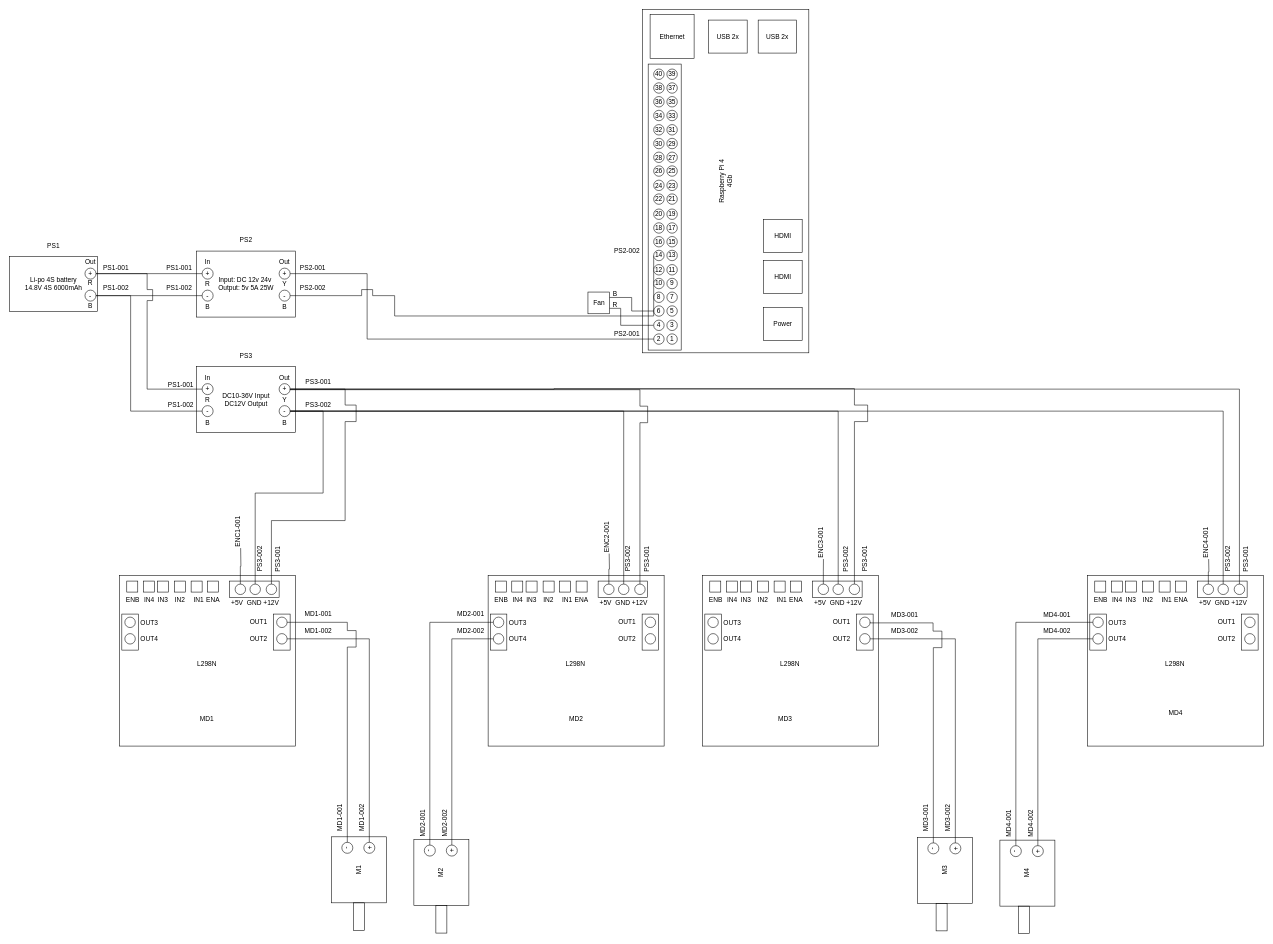
mukmalone/hello_robot keeps this draw.io diagram as page "Power distribution" (1 of 3) of hello_robot_description/hello_robot_design_diagrams.drawio. Above is the earlier version. Source tidied: cells renumbered, new cells numbered last; positions are measured from the earlier drawing's top-left corner, leaving out a move shared by most shapes. Both pictures are drawn from the tidied source at 55%, with x=0, y=0 at pixel (9, 14).
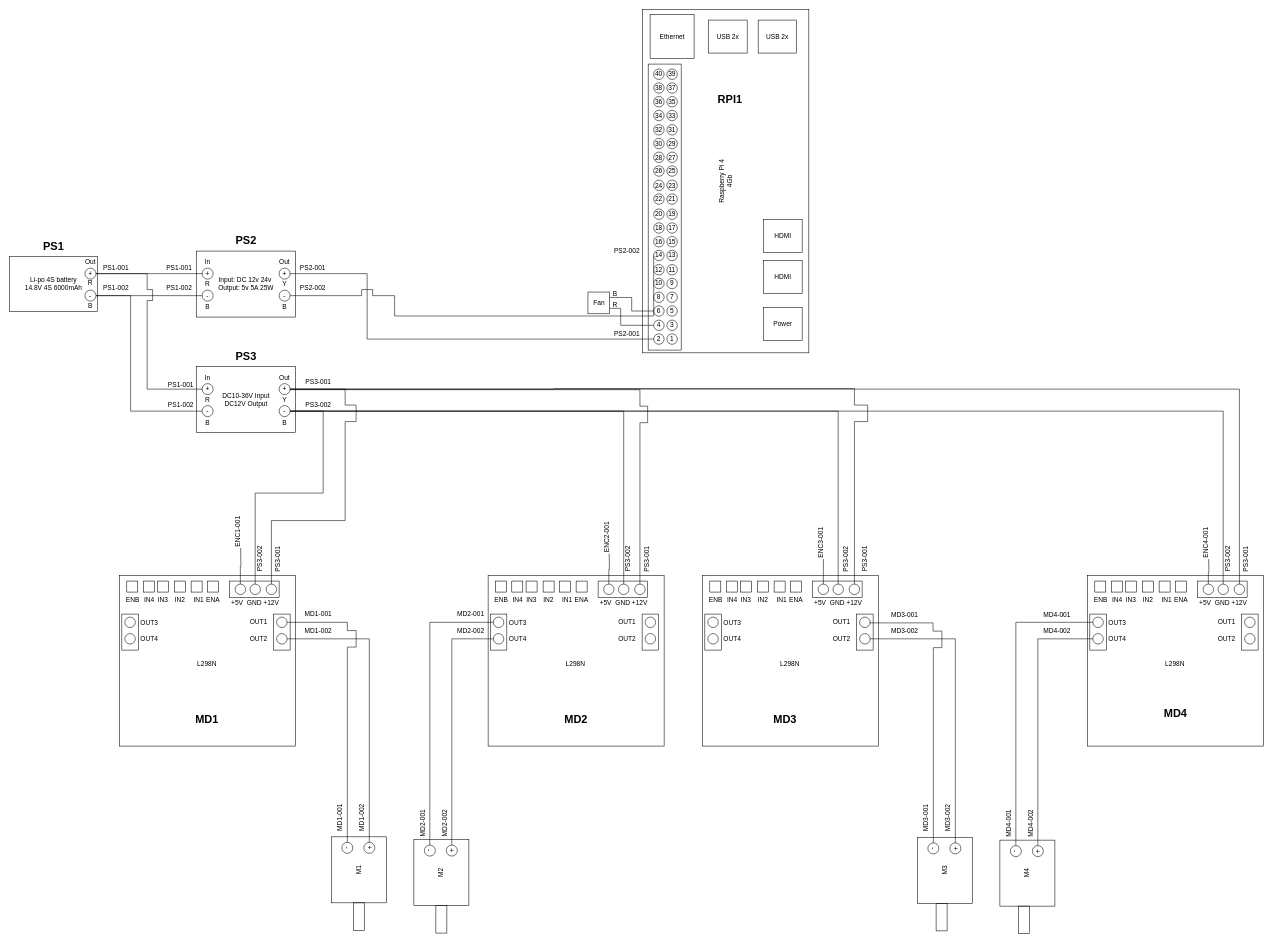
Above is the later version.

Unchanged cells that the change refers to:
```xml
<mxCell id="105" style="group;" parent="1" vertex="1">
  <mxGeometry x="200" y="980" width="320" height="350" as="geometry" />
</mxCell>
<mxCell id="138" style="group;" parent="1" vertex="1">
  <mxGeometry x="870" y="980" width="320" height="350" as="geometry" />
</mxCell>
<mxCell id="171" style="group;" parent="1" vertex="1">
  <mxGeometry x="1260" y="980" width="320" height="350" as="geometry" />
</mxCell>
<mxCell id="204" style="group;" parent="1" vertex="1">
  <mxGeometry x="1960" y="980" width="320" height="350" as="geometry" />
</mxCell>
```

The edit, as a diff of the source:
```diff
@@
-    <mxCell id="23" value="PS1" style="text;html=1;strokeColor=none;fillColor=none;align=center;verticalAlign=middle;whiteSpace=wrap;rounded=0;" parent="1" vertex="1">
+    <mxCell id="23" value="PS1" style="text;html=1;strokeColor=none;fillColor=none;align=center;verticalAlign=middle;whiteSpace=wrap;rounded=0;fontSize=20;fontStyle=1;" parent="1" vertex="1">
       <mxGeometry x="60" y="410" width="40" height="20" as="geometry" />
     </mxCell>
-    <mxCell id="24" value="PS2" style="text;html=1;strokeColor=none;fillColor=none;align=center;verticalAlign=middle;whiteSpace=wrap;rounded=0;" parent="1" vertex="1">
+    <mxCell id="24" value="PS2" style="text;html=1;strokeColor=none;fillColor=none;align=center;verticalAlign=middle;whiteSpace=wrap;rounded=0;fontSize=20;fontStyle=1;" parent="1" vertex="1">
       <mxGeometry x="410" y="400" width="40" height="20" as="geometry" />
     </mxCell>
@@
-    <mxCell id="39" value="PS3" style="text;html=1;strokeColor=none;fillColor=none;align=center;verticalAlign=middle;whiteSpace=wrap;rounded=0;" parent="1" vertex="1">
+    <mxCell id="39" value="PS3" style="text;html=1;strokeColor=none;fillColor=none;align=center;verticalAlign=middle;whiteSpace=wrap;rounded=0;fontSize=20;fontStyle=1;" parent="1" vertex="1">
       <mxGeometry x="410" y="610" width="40" height="20" as="geometry" />
     </mxCell>
@@
-    <mxCell id="107" value="MD1" style="text;html=1;strokeColor=none;fillColor=none;align=center;verticalAlign=middle;whiteSpace=wrap;rounded=0;" parent="105" vertex="1">
+    <mxCell id="107" value="MD1" style="text;html=1;strokeColor=none;fillColor=none;align=center;verticalAlign=middle;whiteSpace=wrap;rounded=0;fontSize=20;fontStyle=1;" parent="105" vertex="1">
       <mxGeometry x="139" y="290" width="40" height="20" as="geometry" />
     </mxCell>
@@
-    <mxCell id="140" value="MD2" style="text;html=1;strokeColor=none;fillColor=none;align=center;verticalAlign=middle;whiteSpace=wrap;rounded=0;" parent="138" vertex="1">
+    <mxCell id="140" value="MD2" style="text;html=1;strokeColor=none;fillColor=none;align=center;verticalAlign=middle;whiteSpace=wrap;rounded=0;fontSize=20;fontStyle=1;" parent="138" vertex="1">
       <mxGeometry x="140" y="290" width="40" height="20" as="geometry" />
     </mxCell>
@@
-    <mxCell id="173" value="MD3" style="text;html=1;strokeColor=none;fillColor=none;align=center;verticalAlign=middle;whiteSpace=wrap;rounded=0;" parent="171" vertex="1">
+    <mxCell id="173" value="MD3" style="text;html=1;strokeColor=none;fillColor=none;align=center;verticalAlign=middle;whiteSpace=wrap;rounded=0;fontSize=20;fontStyle=1;" parent="171" vertex="1">
       <mxGeometry x="130" y="290" width="40" height="20" as="geometry" />
     </mxCell>
@@
-    <mxCell id="206" value="MD4" style="text;html=1;strokeColor=none;fillColor=none;align=center;verticalAlign=middle;whiteSpace=wrap;rounded=0;" parent="204" vertex="1">
+    <mxCell id="206" value="MD4" style="text;html=1;strokeColor=none;fillColor=none;align=center;verticalAlign=middle;whiteSpace=wrap;rounded=0;fontSize=20;fontStyle=1;" parent="204" vertex="1">
       <mxGeometry x="140" y="280" width="40" height="20" as="geometry" />
     </mxCell>
@@
+    <mxCell id="305" value="RPI1" style="text;html=1;strokeColor=none;fillColor=none;align=center;verticalAlign=middle;whiteSpace=wrap;rounded=0;fontSize=20;fontStyle=1;" parent="1" vertex="1">
+      <mxGeometry x="1290" y="143" width="40" height="20" as="geometry" />
+    </mxCell>
```
